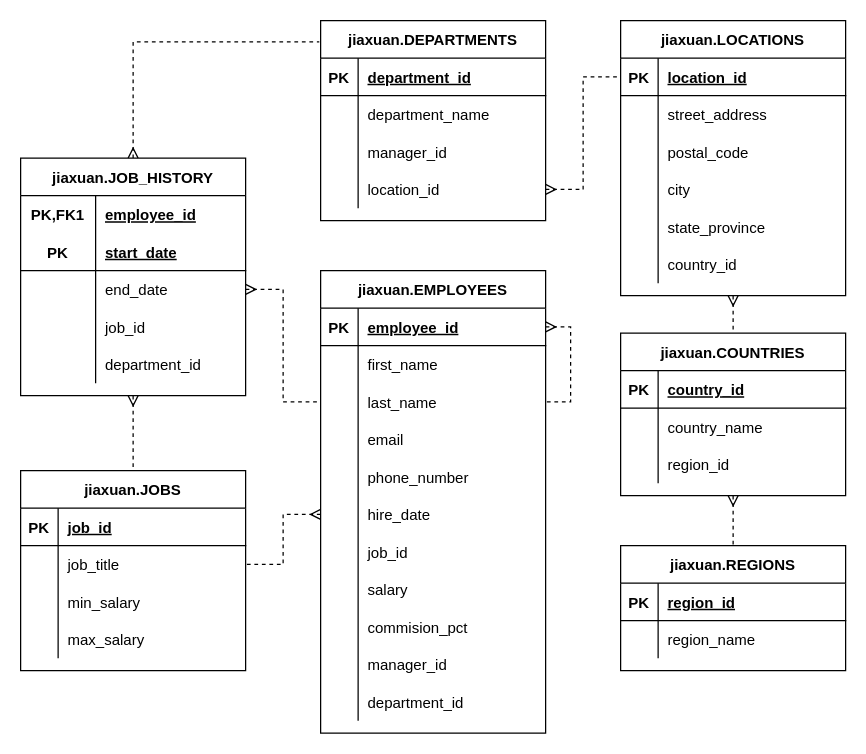
Earlier version of the draw.io diagram Untitled Diagram.drawio (Jxl-ss/drawio-lab). Source tidied: cells renumbered, new cells numbered last; positions are measured from the earlier drawing's top-left corner, leaving out a move shared by most shapes. Both pictures are drawn from the tidied source at 125%, with x=0, y=0 at pixel (20, 20).
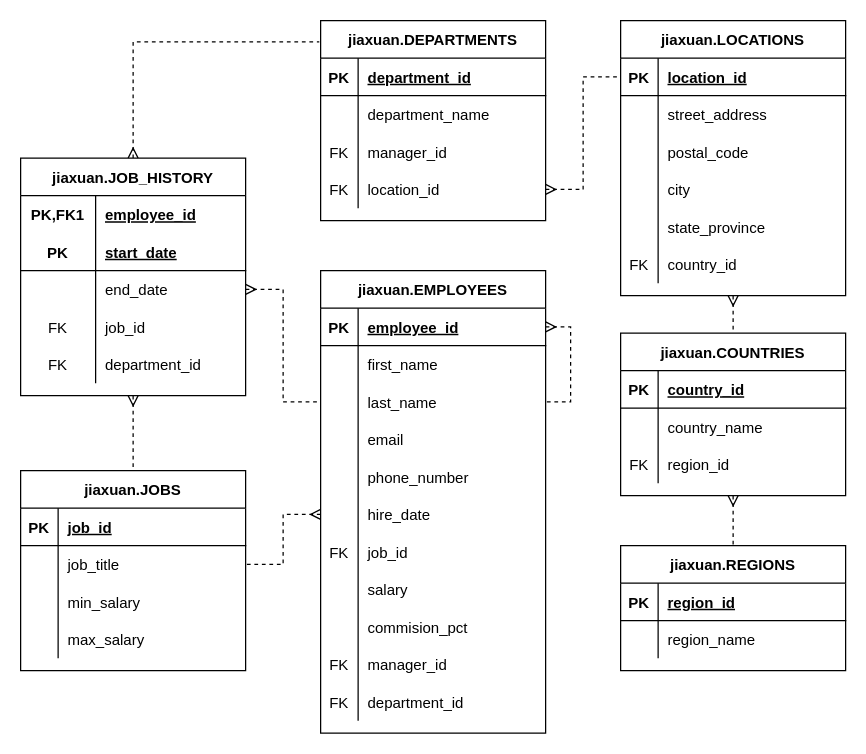
Above is the later version.

Unchanged cells that the change refers to:
```xml
<mxCell id="17" style="shape=partialRectangle;fillColor=none;top=0;left=0;bottom=0;right=0;" parent="10" vertex="1">
  <mxGeometry y="90" width="180" height="30" as="geometry" />
</mxCell>
<mxCell id="37" style="shape=partialRectangle;fillColor=none;top=0;left=0;bottom=0;right=0;" parent="21" vertex="1">
  <mxGeometry y="180" width="180" height="30" as="geometry" />
</mxCell>
<mxCell id="47" style="shape=partialRectangle;fillColor=none;top=0;left=0;bottom=0;right=0;" parent="40" vertex="1">
  <mxGeometry y="90" width="180" height="30" as="geometry" />
</mxCell>
<mxCell id="50" style="shape=partialRectangle;fillColor=none;top=0;left=0;bottom=0;right=0;points=[[0,0.5],[1,0.5]];portConstraint=eastwest;" parent="40" vertex="1">
  <mxGeometry y="120" width="180" height="30" as="geometry" />
</mxCell>
<mxCell id="73" style="shape=partialRectangle;fillColor=none;top=0;left=0;bottom=0;right=0;" parent="53" vertex="1">
  <mxGeometry y="210" width="180" height="30" as="geometry" />
</mxCell>
<mxCell id="82" style="shape=partialRectangle;fillColor=none;top=0;left=0;bottom=0;right=0;" parent="53" vertex="1">
  <mxGeometry y="300" width="180" height="30" as="geometry" />
</mxCell>
<mxCell id="85" style="shape=partialRectangle;fillColor=none;top=0;left=0;bottom=0;right=0;" parent="53" vertex="1">
  <mxGeometry y="330" width="180" height="30" as="geometry" />
</mxCell>
<mxCell id="113" style="shape=partialRectangle;fillColor=none;top=0;left=0;bottom=0;right=0;" parent="103" vertex="1">
  <mxGeometry y="120" width="180" height="30" as="geometry" />
</mxCell>
<mxCell id="116" style="shape=partialRectangle;fillColor=none;top=0;left=0;bottom=0;right=0;" parent="103" vertex="1">
  <mxGeometry y="150" width="180" height="30" as="geometry" />
</mxCell>
```

Diff of the diagram source:
```diff
@@
-    <mxCell id="18" style="shape=partialRectangle;fillColor=none;top=0;left=0;bottom=0;right=0;overflow=hidden;" parent="17" vertex="1">
+    <mxCell id="18" value="FK" style="shape=partialRectangle;fillColor=none;top=0;left=0;bottom=0;right=0;overflow=hidden;" parent="17" vertex="1">
       <mxGeometry width="30" height="30" as="geometry" />
     </mxCell>
@@
-    <mxCell id="38" style="shape=partialRectangle;fillColor=none;top=0;left=0;bottom=0;right=0;overflow=hidden;" parent="37" vertex="1">
+    <mxCell id="38" value="FK" style="shape=partialRectangle;fillColor=none;top=0;left=0;bottom=0;right=0;overflow=hidden;" parent="37" vertex="1">
       <mxGeometry width="30" height="30" as="geometry" />
     </mxCell>
@@
-    <mxCell id="48" style="shape=partialRectangle;fillColor=none;top=0;left=0;bottom=0;right=0;overflow=hidden;" parent="47" vertex="1">
+    <mxCell id="48" value="FK" style="shape=partialRectangle;fillColor=none;top=0;left=0;bottom=0;right=0;overflow=hidden;" parent="47" vertex="1">
       <mxGeometry width="30" height="30" as="geometry" />
     </mxCell>
@@
-    <mxCell id="51" style="shape=partialRectangle;fillColor=none;top=0;left=0;bottom=0;right=0;overflow=hidden;" parent="50" vertex="1">
+    <mxCell id="51" value="FK" style="shape=partialRectangle;fillColor=none;top=0;left=0;bottom=0;right=0;overflow=hidden;" parent="50" vertex="1">
       <mxGeometry width="30" height="30" as="geometry" />
     </mxCell>
@@
-    <mxCell id="74" style="shape=partialRectangle;fillColor=none;top=0;left=0;bottom=0;right=0;overflow=hidden;" parent="73" vertex="1">
+    <mxCell id="74" value="FK" style="shape=partialRectangle;fillColor=none;top=0;left=0;bottom=0;right=0;overflow=hidden;" parent="73" vertex="1">
       <mxGeometry width="30" height="30" as="geometry" />
     </mxCell>
@@
-    <mxCell id="83" style="shape=partialRectangle;fillColor=none;top=0;left=0;bottom=0;right=0;overflow=hidden;" parent="82" vertex="1">
+    <mxCell id="83" value="FK" style="shape=partialRectangle;fillColor=none;top=0;left=0;bottom=0;right=0;overflow=hidden;" parent="82" vertex="1">
       <mxGeometry width="30" height="30" as="geometry" />
     </mxCell>
@@
-    <mxCell id="86" style="shape=partialRectangle;fillColor=none;top=0;left=0;bottom=0;right=0;overflow=hidden;" parent="85" vertex="1">
+    <mxCell id="86" value="FK" style="shape=partialRectangle;fillColor=none;top=0;left=0;bottom=0;right=0;overflow=hidden;" parent="85" vertex="1">
       <mxGeometry width="30" height="30" as="geometry" />
     </mxCell>
@@
-    <mxCell id="114" style="shape=partialRectangle;fillColor=none;top=0;left=0;bottom=0;right=0;overflow=hidden;" parent="113" vertex="1">
+    <mxCell id="114" value="FK" style="shape=partialRectangle;fillColor=none;top=0;left=0;bottom=0;right=0;overflow=hidden;" parent="113" vertex="1">
       <mxGeometry width="60" height="30" as="geometry" />
     </mxCell>
@@
-    <mxCell id="117" style="shape=partialRectangle;fillColor=none;top=0;left=0;bottom=0;right=0;overflow=hidden;" parent="116" vertex="1">
+    <mxCell id="117" value="FK" style="shape=partialRectangle;fillColor=none;top=0;left=0;bottom=0;right=0;overflow=hidden;" parent="116" vertex="1">
       <mxGeometry width="60" height="30" as="geometry" />
     </mxCell>
```
